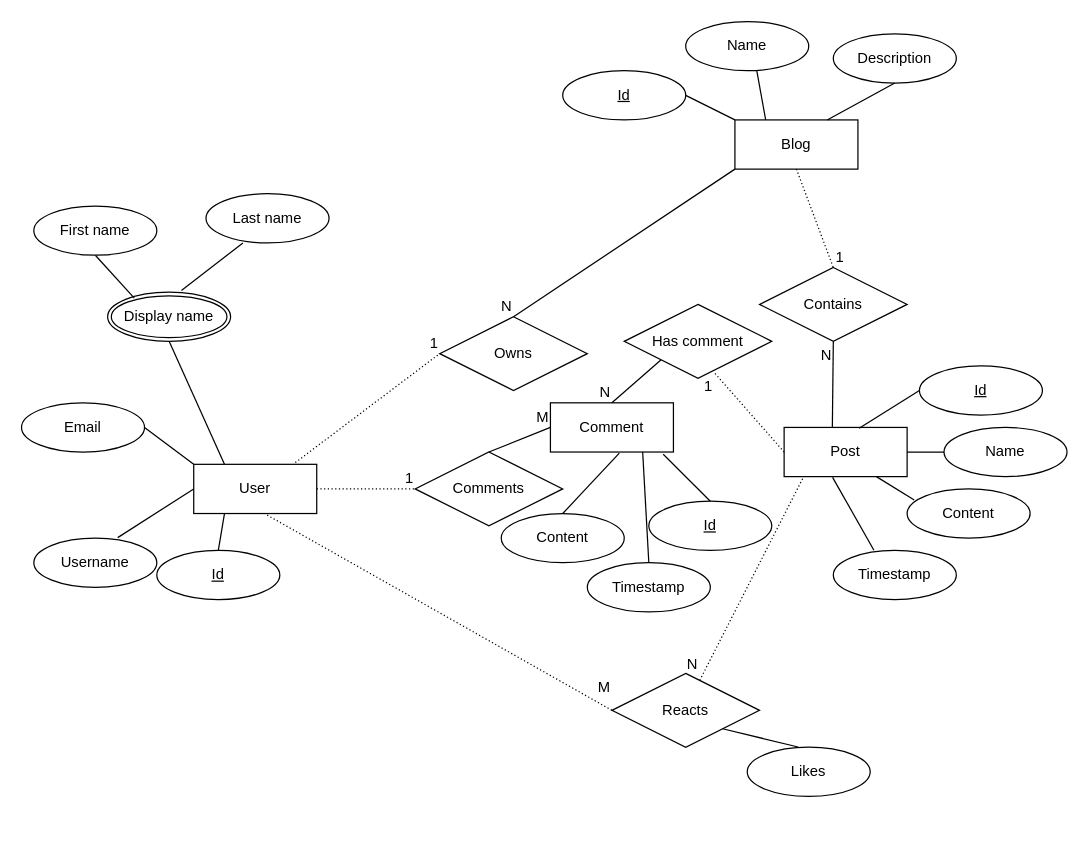
Above: page "ER" (1 of 2) of DB.drawio in piatrashkakanstantinass/vu-dbvs (draw.io), before the change. Source tidied: cells renumbered, new cells numbered last; positions are measured from the earlier drawing's top-left corner, leaving out a move shared by most shapes. Both pictures are drawn from the tidied source at 123%, with x=0, y=0 at pixel (21, 21).
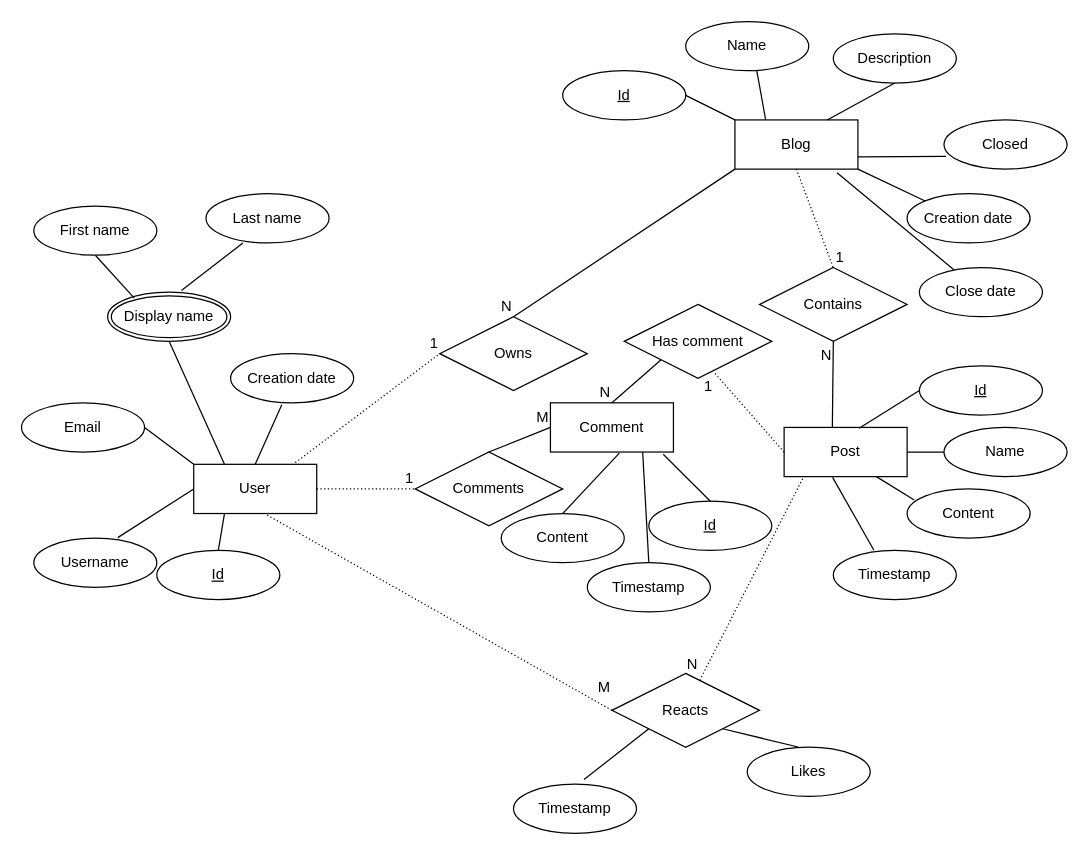
Above is the later version.

Unchanged cells that the change refers to:
```xml
<mxCell id="2" value="User" style="whiteSpace=wrap;html=1;align=center;" parent="1" vertex="1">
  <mxGeometry x="140" y="360" width="100" height="40" as="geometry" />
</mxCell>
<mxCell id="3" value="Blog" style="whiteSpace=wrap;html=1;align=center;" parent="1" vertex="1">
  <mxGeometry x="580" y="80" width="100" height="40" as="geometry" />
</mxCell>
<mxCell id="19" value="Reacts" style="shape=rhombus;perimeter=rhombusPerimeter;whiteSpace=wrap;html=1;align=center;" parent="1" vertex="1">
  <mxGeometry x="480" y="530" width="120" height="60" as="geometry" />
</mxCell>
```

Diff of the diagram source:
```diff
@@
+    <mxCell id="65" value="Creation date" style="ellipse;whiteSpace=wrap;html=1;align=center;" parent="1" vertex="1">
+      <mxGeometry x="170" y="270" width="100" height="40" as="geometry" />
+    </mxCell>
+    <mxCell id="66" style="endArrow=none;html=1;rounded=0;exitX=0.416;exitY=1.038;exitDx=0;exitDy=0;exitPerimeter=0;entryX=0.5;entryY=0;entryDx=0;entryDy=0;" parent="1" edge="1" source="65" target="2">
+      <mxGeometry relative="1" as="geometry" />
+    </mxCell>
+    <mxCell id="67" value="Closed" style="ellipse;whiteSpace=wrap;html=1;align=center;" parent="1" vertex="1">
+      <mxGeometry x="750" y="80" width="100" height="40" as="geometry" />
+    </mxCell>
+    <mxCell id="68" style="endArrow=none;html=1;rounded=0;exitX=1;exitY=0.75;exitDx=0;exitDy=0;entryX=0.016;entryY=0.74;entryDx=0;entryDy=0;entryPerimeter=0;" parent="1" edge="1" source="3" target="67">
+      <mxGeometry relative="1" as="geometry" />
+    </mxCell>
+    <mxCell id="69" value="Creation date" style="ellipse;whiteSpace=wrap;html=1;align=center;" parent="1" vertex="1">
+      <mxGeometry x="720" y="140" width="100" height="40" as="geometry" />
+    </mxCell>
+    <mxCell id="70" style="endArrow=none;html=1;rounded=0;exitX=1;exitY=1;exitDx=0;exitDy=0;entryX=0;entryY=0;entryDx=0;entryDy=0;" parent="1" edge="1" source="3" target="69">
+      <mxGeometry relative="1" as="geometry" />
+    </mxCell>
+    <mxCell id="71" value="Close date" style="ellipse;whiteSpace=wrap;html=1;align=center;" parent="1" vertex="1">
+      <mxGeometry x="730" y="200" width="100" height="40" as="geometry" />
+    </mxCell>
+    <mxCell id="72" style="endArrow=none;html=1;rounded=0;exitX=0.83;exitY=1.074;exitDx=0;exitDy=0;exitPerimeter=0;" parent="1" edge="1" source="3" target="71">
+      <mxGeometry relative="1" as="geometry" />
+    </mxCell>
+    <mxCell id="73" value="Timestamp" style="ellipse;whiteSpace=wrap;html=1;align=center;" parent="1" vertex="1">
+      <mxGeometry x="400" y="620" width="100" height="40" as="geometry" />
+    </mxCell>
+    <mxCell id="74" style="endArrow=none;html=1;rounded=0;entryX=0;entryY=1;entryDx=0;entryDy=0;exitX=0.573;exitY=-0.093;exitDx=0;exitDy=0;exitPerimeter=0;" parent="1" edge="1" source="73" target="19">
+      <mxGeometry relative="1" as="geometry" />
+    </mxCell>
```
